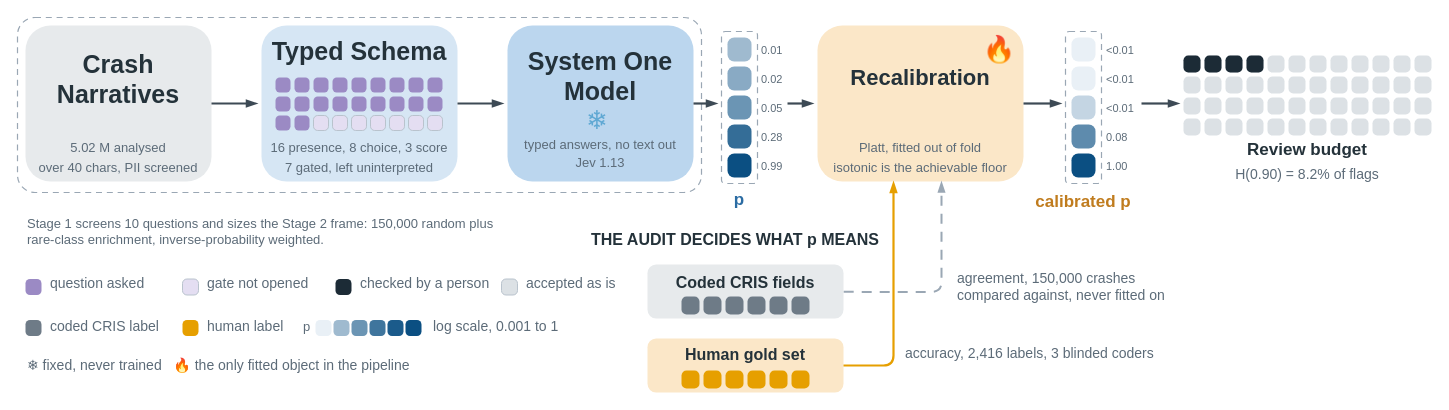
The draw.io diagram outputs/figures/F1_framework.drawio in pozapas/jev-calibrated-narrative-coding, before the edit. Source tidied: cells renumbered, new cells numbered last; positions are measured from the earlier drawing's top-left corner, leaving out a move shared by most shapes. Both pictures are drawn from the tidied source at 100%, with x=0, y=0 at pixel (17, 17).
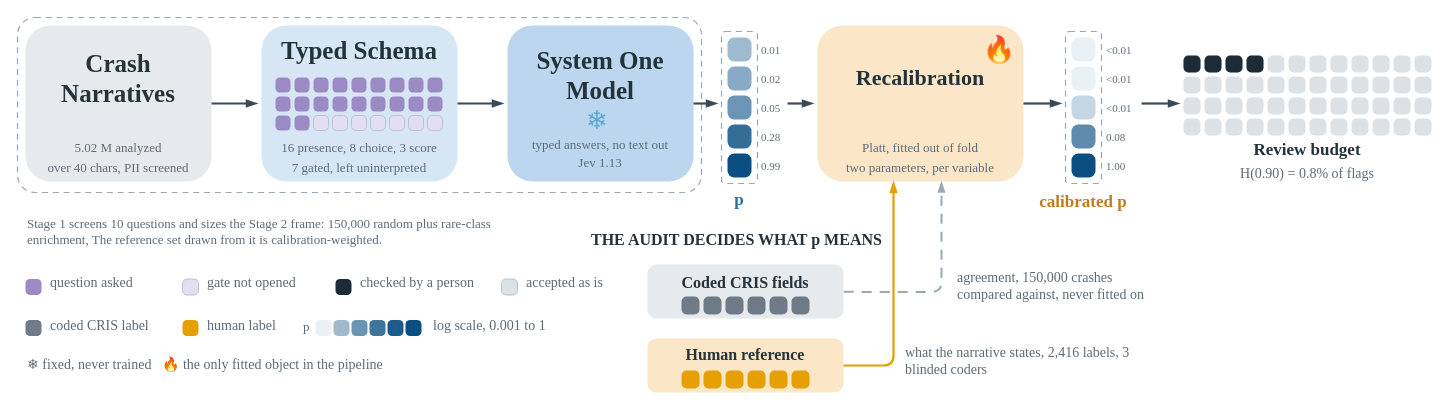
Above is the later version.

The edit, as a diff of the source:
```diff
@@
-    <mxCell id="4" value="Crash Narratives" style="text;html=1;align=center;verticalAlign=middle;whiteSpace=wrap;fontSize=25;fontFamily=Helvetica;fontColor=#24323A;fontStyle=1;" parent="1" vertex="1">
+    <mxCell id="4" value="Crash Narratives" style="text;html=1;align=center;verticalAlign=middle;whiteSpace=wrap;fontSize=25;fontFamily=Times New Roman;fontColor=#24323A;fontStyle=1;" parent="1" vertex="1">
       <mxGeometry x="8" y="8" width="186" height="106" as="geometry" />
     </mxCell>
-    <mxCell id="5" value="5.02 M analysed" style="text;html=1;align=center;verticalAlign=top;whiteSpace=wrap;fontSize=13;fontFamily=Helvetica;fontColor=#5C6B78;" parent="1" vertex="1">
+    <mxCell id="5" value="5.02 M analyzed" style="text;html=1;align=center;verticalAlign=top;whiteSpace=wrap;fontSize=13;fontFamily=Times New Roman;fontColor=#5C6B78;" parent="1" vertex="1">
       <mxGeometry x="12" y="116" width="178" height="20" as="geometry" />
     </mxCell>
-    <mxCell id="6" value="over 40 chars, PII screened" style="text;html=1;align=center;verticalAlign=top;whiteSpace=wrap;fontSize=13;fontFamily=Helvetica;fontColor=#5C6B78;" parent="1" vertex="1">
+    <mxCell id="6" value="over 40 chars, PII screened" style="text;html=1;align=center;verticalAlign=top;whiteSpace=wrap;fontSize=13;fontFamily=Times New Roman;fontColor=#5C6B78;" parent="1" vertex="1">
       <mxGeometry x="12" y="136" width="178" height="20" as="geometry" />
     </mxCell>
@@
-    <mxCell id="8" value="Typed Schema" style="text;html=1;align=center;verticalAlign=middle;whiteSpace=wrap;fontSize=25;fontFamily=Helvetica;fontColor=#24323A;fontStyle=1;" parent="1" vertex="1">
+    <mxCell id="8" value="Typed Schema" style="text;html=1;align=center;verticalAlign=middle;whiteSpace=wrap;fontSize=25;fontFamily=Times New Roman;fontColor=#24323A;fontStyle=1;" parent="1" vertex="1">
       <mxGeometry x="244" y="12" width="196" height="42" as="geometry" />
     </mxCell>
-    <mxCell id="9" value="16 presence, 8 choice, 3 score" style="text;html=1;align=center;verticalAlign=top;whiteSpace=wrap;fontSize=13;fontFamily=Helvetica;fontColor=#5C6B78;" parent="1" vertex="1">
+    <mxCell id="9" value="16 presence, 8 choice, 3 score" style="text;html=1;align=center;verticalAlign=top;whiteSpace=wrap;fontSize=13;fontFamily=Times New Roman;fontColor=#5C6B78;" parent="1" vertex="1">
       <mxGeometry x="248" y="116" width="188" height="20" as="geometry" />
     </mxCell>
-    <mxCell id="10" value="7 gated, left uninterpreted" style="text;html=1;align=center;verticalAlign=top;whiteSpace=wrap;fontSize=13;fontFamily=Helvetica;fontColor=#5C6B78;" parent="1" vertex="1">
+    <mxCell id="10" value="7 gated, left uninterpreted" style="text;html=1;align=center;verticalAlign=top;whiteSpace=wrap;fontSize=13;fontFamily=Times New Roman;fontColor=#5C6B78;" parent="1" vertex="1">
       <mxGeometry x="248" y="136" width="188" height="20" as="geometry" />
     </mxCell>
@@
-    <mxCell id="12" value="System One&lt;br&gt;Model" style="text;html=1;align=center;verticalAlign=middle;whiteSpace=wrap;fontSize=25;fontFamily=Helvetica;fontColor=#24323A;fontStyle=1;" parent="1" vertex="1">
+    <mxCell id="12" value="System One&lt;br&gt;Model" style="text;html=1;align=center;verticalAlign=middle;whiteSpace=wrap;fontSize=25;fontFamily=Times New Roman;fontColor=#24323A;fontStyle=1;" parent="1" vertex="1">
       <mxGeometry x="490" y="8" width="186" height="99" as="geometry" />
     </mxCell>
-    <mxCell id="13" value="typed answers, no text out" style="text;html=1;align=center;verticalAlign=top;whiteSpace=wrap;fontSize=13;fontFamily=Helvetica;fontColor=#5C6B78;" parent="1" vertex="1">
+    <mxCell id="13" value="typed answers, no text out" style="text;html=1;align=center;verticalAlign=top;whiteSpace=wrap;fontSize=13;fontFamily=Times New Roman;fontColor=#5C6B78;" parent="1" vertex="1">
       <mxGeometry x="494" y="113" width="178" height="20" as="geometry" />
     </mxCell>
-    <mxCell id="14" value="Jev 1.13" style="text;html=1;align=center;verticalAlign=top;whiteSpace=wrap;fontSize=13;fontFamily=Helvetica;fontColor=#5C6B78;" parent="1" vertex="1">
+    <mxCell id="14" value="Jev 1.13" style="text;html=1;align=center;verticalAlign=top;whiteSpace=wrap;fontSize=13;fontFamily=Times New Roman;fontColor=#5C6B78;" parent="1" vertex="1">
       <mxGeometry x="494" y="131" width="178" height="20" as="geometry" />
     </mxCell>
@@
-    <mxCell id="20" value="0.01" style="text;html=1;align=left;verticalAlign=top;whiteSpace=wrap;fontSize=11;fontFamily=Helvetica;fontColor=#5C6B78;fontStyle=0;" parent="1" vertex="1">
+    <mxCell id="20" value="0.01" style="text;html=1;align=left;verticalAlign=top;whiteSpace=wrap;fontSize=11;fontFamily=Times New Roman;fontColor=#5C6B78;fontStyle=0;" parent="1" vertex="1">
       <mxGeometry x="742" y="20" width="46" height="20" as="geometry" />
     </mxCell>
-    <mxCell id="21" value="0.02" style="text;html=1;align=left;verticalAlign=top;whiteSpace=wrap;fontSize=11;fontFamily=Helvetica;fontColor=#5C6B78;fontStyle=0;" parent="1" vertex="1">
+    <mxCell id="21" value="0.02" style="text;html=1;align=left;verticalAlign=top;whiteSpace=wrap;fontSize=11;fontFamily=Times New Roman;fontColor=#5C6B78;fontStyle=0;" parent="1" vertex="1">
       <mxGeometry x="742" y="49" width="46" height="20" as="geometry" />
     </mxCell>
-    <mxCell id="22" value="0.05" style="text;html=1;align=left;verticalAlign=top;whiteSpace=wrap;fontSize=11;fontFamily=Helvetica;fontColor=#5C6B78;fontStyle=0;" parent="1" vertex="1">
+    <mxCell id="22" value="0.05" style="text;html=1;align=left;verticalAlign=top;whiteSpace=wrap;fontSize=11;fontFamily=Times New Roman;fontColor=#5C6B78;fontStyle=0;" parent="1" vertex="1">
       <mxGeometry x="742" y="78" width="46" height="20" as="geometry" />
     </mxCell>
-    <mxCell id="23" value="0.28" style="text;html=1;align=left;verticalAlign=top;whiteSpace=wrap;fontSize=11;fontFamily=Helvetica;fontColor=#5C6B78;fontStyle=0;" parent="1" vertex="1">
+    <mxCell id="23" value="0.28" style="text;html=1;align=left;verticalAlign=top;whiteSpace=wrap;fontSize=11;fontFamily=Times New Roman;fontColor=#5C6B78;fontStyle=0;" parent="1" vertex="1">
       <mxGeometry x="742" y="107" width="46" height="20" as="geometry" />
     </mxCell>
-    <mxCell id="24" value="0.99" style="text;html=1;align=left;verticalAlign=top;whiteSpace=wrap;fontSize=11;fontFamily=Helvetica;fontColor=#5C6B78;fontStyle=0;" parent="1" vertex="1">
+    <mxCell id="24" value="0.99" style="text;html=1;align=left;verticalAlign=top;whiteSpace=wrap;fontSize=11;fontFamily=Times New Roman;fontColor=#5C6B78;fontStyle=0;" parent="1" vertex="1">
       <mxGeometry x="742" y="136" width="46" height="20" as="geometry" />
     </mxCell>
@@
-    <mxCell id="26" value="p" style="text;html=1;align=center;verticalAlign=top;whiteSpace=wrap;fontSize=17;fontFamily=Helvetica;fontColor=#2B6CA3;fontStyle=1;" parent="1" vertex="1">
+    <mxCell id="26" value="p" style="text;html=1;align=center;verticalAlign=top;whiteSpace=wrap;fontSize=17;fontFamily=Times New Roman;fontColor=#2B6CA3;fontStyle=1;" parent="1" vertex="1">
       <mxGeometry x="704" y="166" width="36" height="41" as="geometry" />
     </mxCell>
@@
-    <mxCell id="28" value="Recalibration" style="text;html=1;align=center;verticalAlign=middle;whiteSpace=wrap;fontSize=22;fontFamily=Helvetica;fontColor=#24323A;fontStyle=1;" parent="1" vertex="1">
+    <mxCell id="28" value="Recalibration" style="text;html=1;align=center;verticalAlign=middle;whiteSpace=wrap;fontSize=22;fontFamily=Times New Roman;fontColor=#24323A;fontStyle=1;" parent="1" vertex="1">
       <mxGeometry x="800" y="8" width="206" height="106" as="geometry" />
     </mxCell>
-    <mxCell id="29" value="Platt, fitted out of fold" style="text;html=1;align=center;verticalAlign=top;whiteSpace=wrap;fontSize=13;fontFamily=Helvetica;fontColor=#5C6B78;" parent="1" vertex="1">
+    <mxCell id="29" value="Platt, fitted out of fold" style="text;html=1;align=center;verticalAlign=top;whiteSpace=wrap;fontSize=13;fontFamily=Times New Roman;fontColor=#5C6B78;" parent="1" vertex="1">
       <mxGeometry x="804" y="116" width="198" height="20" as="geometry" />
     </mxCell>
-    <mxCell id="30" value="isotonic is the achievable floor" style="text;html=1;align=center;verticalAlign=top;whiteSpace=wrap;fontSize=13;fontFamily=Helvetica;fontColor=#5C6B78;" parent="1" vertex="1">
+    <mxCell id="30" value="two parameters, per variable" style="text;html=1;align=center;verticalAlign=top;whiteSpace=wrap;fontSize=13;fontFamily=Times New Roman;fontColor=#5C6B78;" parent="1" vertex="1">
       <mxGeometry x="804" y="136" width="198" height="20" as="geometry" />
     </mxCell>
@@
-    <mxCell id="36" value="&amp;lt;0.01" style="text;html=1;align=left;verticalAlign=top;whiteSpace=wrap;fontSize=11;fontFamily=Helvetica;fontColor=#5C6B78;fontStyle=0;" parent="1" vertex="1">
+    <mxCell id="36" value="&amp;lt;0.01" style="text;html=1;align=left;verticalAlign=top;whiteSpace=wrap;fontSize=11;fontFamily=Times New Roman;fontColor=#5C6B78;fontStyle=0;" parent="1" vertex="1">
       <mxGeometry x="1087" y="20" width="46" height="20" as="geometry" />
     </mxCell>
-    <mxCell id="37" value="&amp;lt;0.01" style="text;html=1;align=left;verticalAlign=top;whiteSpace=wrap;fontSize=11;fontFamily=Helvetica;fontColor=#5C6B78;fontStyle=0;" parent="1" vertex="1">
+    <mxCell id="37" value="&amp;lt;0.01" style="text;html=1;align=left;verticalAlign=top;whiteSpace=wrap;fontSize=11;fontFamily=Times New Roman;fontColor=#5C6B78;fontStyle=0;" parent="1" vertex="1">
       <mxGeometry x="1087" y="49" width="46" height="20" as="geometry" />
     </mxCell>
-    <mxCell id="38" value="&amp;lt;0.01" style="text;html=1;align=left;verticalAlign=top;whiteSpace=wrap;fontSize=11;fontFamily=Helvetica;fontColor=#5C6B78;fontStyle=0;" parent="1" vertex="1">
+    <mxCell id="38" value="&amp;lt;0.01" style="text;html=1;align=left;verticalAlign=top;whiteSpace=wrap;fontSize=11;fontFamily=Times New Roman;fontColor=#5C6B78;fontStyle=0;" parent="1" vertex="1">
       <mxGeometry x="1087" y="78" width="46" height="20" as="geometry" />
     </mxCell>
-    <mxCell id="39" value="0.08" style="text;html=1;align=left;verticalAlign=top;whiteSpace=wrap;fontSize=11;fontFamily=Helvetica;fontColor=#5C6B78;fontStyle=0;" parent="1" vertex="1">
+    <mxCell id="39" value="0.08" style="text;html=1;align=left;verticalAlign=top;whiteSpace=wrap;fontSize=11;fontFamily=Times New Roman;fontColor=#5C6B78;fontStyle=0;" parent="1" vertex="1">
       <mxGeometry x="1087" y="107" width="46" height="20" as="geometry" />
     </mxCell>
-    <mxCell id="40" value="1.00" style="text;html=1;align=left;verticalAlign=top;whiteSpace=wrap;fontSize=11;fontFamily=Helvetica;fontColor=#5C6B78;fontStyle=0;" parent="1" vertex="1">
+    <mxCell id="40" value="1.00" style="text;html=1;align=left;verticalAlign=top;whiteSpace=wrap;fontSize=11;fontFamily=Times New Roman;fontColor=#5C6B78;fontStyle=0;" parent="1" vertex="1">
       <mxGeometry x="1087" y="136" width="46" height="20" as="geometry" />
     </mxCell>
@@
-    <mxCell id="42" value="calibrated p" style="text;html=1;align=center;verticalAlign=top;whiteSpace=wrap;fontSize=17;fontFamily=Helvetica;fontColor=#C07C1E;fontStyle=1;" parent="1" vertex="1">
+    <mxCell id="42" value="calibrated p" style="text;html=1;align=center;verticalAlign=top;whiteSpace=wrap;fontSize=17;fontFamily=Times New Roman;fontColor=#C07C1E;fontStyle=1;" parent="1" vertex="1">
       <mxGeometry x="1006" y="168" width="120" height="41" as="geometry" />
     </mxCell>
@@
-    <mxCell id="95" value="Review budget" style="text;html=1;align=center;verticalAlign=top;whiteSpace=wrap;fontSize=17;fontFamily=Helvetica;fontColor=#24323A;fontStyle=1;" parent="1" vertex="1">
+    <mxCell id="95" value="Review budget" style="text;html=1;align=center;verticalAlign=top;whiteSpace=wrap;fontSize=17;fontFamily=Times New Roman;fontColor=#24323A;fontStyle=1;" parent="1" vertex="1">
       <mxGeometry x="1166" y="116" width="248" height="41" as="geometry" />
     </mxCell>
-    <mxCell id="96" value="H(0.90) = 8.2% of flags" style="text;html=1;align=center;verticalAlign=top;whiteSpace=wrap;fontSize=14;fontFamily=Helvetica;fontColor=#5C6B78;fontStyle=0;" parent="1" vertex="1">
+    <mxCell id="96" value="H(0.90) = 0.8% of flags" style="text;html=1;align=center;verticalAlign=top;whiteSpace=wrap;fontSize=14;fontFamily=Times New Roman;fontColor=#5C6B78;fontStyle=0;" parent="1" vertex="1">
       <mxGeometry x="1166" y="142" width="248" height="38" as="geometry" />
     </mxCell>
@@
-    <mxCell id="130" value="Stage 1 screens 10 questions and sizes the Stage 2 frame: 150,000 random plus rare-class enrichment, inverse-probability weighted." style="text;html=1;align=left;verticalAlign=top;whiteSpace=wrap;fontSize=13;fontFamily=Helvetica;fontColor=#5C6B78;fontStyle=0;" parent="1" vertex="1">
+    <mxCell id="130" value="Stage 1 screens 10 questions and sizes the Stage 2 frame: 150,000 random plus rare-class enrichment, The reference set drawn from it is calibration-weighted." style="text;html=1;align=left;verticalAlign=top;whiteSpace=wrap;fontSize=13;fontFamily=Times New Roman;fontColor=#5C6B78;fontStyle=0;" parent="1" vertex="1">
       <mxGeometry x="8" y="192" width="498" height="44" as="geometry" />
     </mxCell>
-    <mxCell id="131" value="THE AUDIT DECIDES WHAT p MEANS" style="text;html=1;align=left;verticalAlign=top;whiteSpace=wrap;fontSize=16;fontFamily=Helvetica;fontColor=#24323A;fontStyle=1;" parent="1" vertex="1">
+    <mxCell id="131" value="THE AUDIT DECIDES WHAT p MEANS" style="text;html=1;align=left;verticalAlign=top;whiteSpace=wrap;fontSize=16;fontFamily=Times New Roman;fontColor=#24323A;fontStyle=1;" parent="1" vertex="1">
       <mxGeometry x="571.5" y="206" width="301" height="40" as="geometry" />
     </mxCell>
@@
-    <mxCell id="133" value="Coded CRIS fields" style="text;html=1;align=center;verticalAlign=middle;whiteSpace=wrap;fontSize=16;fontFamily=Helvetica;fontColor=#24323A;fontStyle=1;" parent="1" vertex="1">
+    <mxCell id="133" value="Coded CRIS fields" style="text;html=1;align=center;verticalAlign=middle;whiteSpace=wrap;fontSize=16;fontFamily=Times New Roman;fontColor=#24323A;fontStyle=1;" parent="1" vertex="1">
       <mxGeometry x="630" y="247" width="196" height="35" as="geometry" />
     </mxCell>
@@
-    <mxCell id="140" value="agreement, 150,000 crashes&#10;compared against, never fitted on" style="text;html=1;align=left;verticalAlign=top;whiteSpace=wrap;fontSize=14;fontFamily=Helvetica;fontColor=#5C6B78;fontStyle=0;" parent="1" vertex="1">
+    <mxCell id="140" value="agreement, 150,000 crashes&#10;compared against, never fitted on" style="text;html=1;align=left;verticalAlign=top;whiteSpace=wrap;fontSize=14;fontFamily=Times New Roman;fontColor=#5C6B78;fontStyle=0;" parent="1" vertex="1">
       <mxGeometry x="938" y="246" width="268" height="44" as="geometry" />
     </mxCell>
@@
-    <mxCell id="142" value="Human gold set" style="text;html=1;align=center;verticalAlign=middle;whiteSpace=wrap;fontSize=16;fontFamily=Helvetica;fontColor=#24323A;fontStyle=1;" parent="1" vertex="1">
+    <mxCell id="142" value="Human reference" style="text;html=1;align=center;verticalAlign=middle;whiteSpace=wrap;fontSize=16;fontFamily=Times New Roman;fontColor=#24323A;fontStyle=1;" parent="1" vertex="1">
       <mxGeometry x="630" y="321" width="196" height="32" as="geometry" />
     </mxCell>
@@
-    <mxCell id="149" value="accuracy, 2,416 labels, 3 blinded coders" style="text;html=1;align=left;verticalAlign=top;whiteSpace=wrap;fontSize=14;fontFamily=Helvetica;fontColor=#5C6B78;fontStyle=0;" parent="1" vertex="1">
+    <mxCell id="149" value="what the narrative states, 2,416 labels, 3 blinded coders" style="text;html=1;align=left;verticalAlign=top;whiteSpace=wrap;fontSize=14;fontFamily=Times New Roman;fontColor=#5C6B78;fontStyle=0;" parent="1" vertex="1">
       <mxGeometry x="886" y="321" width="262" height="38" as="geometry" />
     </mxCell>
@@
-    <mxCell id="152" value="&amp;#10052;" style="text;html=1;align=center;verticalAlign=top;whiteSpace=wrap;fontSize=26;fontFamily=Helvetica;fontColor=#5FA8D3;fontStyle=0;" parent="1" vertex="1">
+    <mxCell id="152" value="&amp;#10052;" style="text;html=1;align=center;verticalAlign=top;whiteSpace=wrap;fontSize=26;fontFamily=Times New Roman;fontColor=#5FA8D3;fontStyle=0;" parent="1" vertex="1">
       <mxGeometry x="560" y="81" width="40" height="50" as="geometry" />
     </mxCell>
-    <mxCell id="153" value="&amp;#128293;" style="text;html=1;align=center;verticalAlign=top;whiteSpace=wrap;fontSize=26;fontFamily=Helvetica;fontColor=#E06C2A;fontStyle=0;" parent="1" vertex="1">
+    <mxCell id="153" value="&amp;#128293;" style="text;html=1;align=center;verticalAlign=top;whiteSpace=wrap;fontSize=26;fontFamily=Times New Roman;fontColor=#E06C2A;fontStyle=0;" parent="1" vertex="1">
       <mxGeometry x="962" y="10" width="40" height="50" as="geometry" />
     </mxCell>
@@
-    <mxCell id="155" value="question asked" style="text;html=1;align=left;verticalAlign=top;whiteSpace=wrap;fontSize=14;fontFamily=Helvetica;fontColor=#5C6B78;fontStyle=0;" parent="1" vertex="1">
+    <mxCell id="155" value="question asked" style="text;html=1;align=left;verticalAlign=top;whiteSpace=wrap;fontSize=14;fontFamily=Times New Roman;fontColor=#5C6B78;fontStyle=0;" parent="1" vertex="1">
       <mxGeometry x="31" y="250.5" width="200" height="38" as="geometry" />
     </mxCell>
@@
-    <mxCell id="157" value="gate not opened" style="text;html=1;align=left;verticalAlign=top;whiteSpace=wrap;fontSize=14;fontFamily=Helvetica;fontColor=#5C6B78;fontStyle=0;" parent="1" vertex="1">
+    <mxCell id="157" value="gate not opened" style="text;html=1;align=left;verticalAlign=top;whiteSpace=wrap;fontSize=14;fontFamily=Times New Roman;fontColor=#5C6B78;fontStyle=0;" parent="1" vertex="1">
       <mxGeometry x="188" y="250.5" width="200" height="38" as="geometry" />
     </mxCell>
@@
-    <mxCell id="159" value="coded CRIS label" style="text;html=1;align=left;verticalAlign=top;whiteSpace=wrap;fontSize=14;fontFamily=Helvetica;fontColor=#5C6B78;fontStyle=0;" parent="1" vertex="1">
+    <mxCell id="159" value="coded CRIS label" style="text;html=1;align=left;verticalAlign=top;whiteSpace=wrap;fontSize=14;fontFamily=Times New Roman;fontColor=#5C6B78;fontStyle=0;" parent="1" vertex="1">
       <mxGeometry x="31" y="294" width="200" height="38" as="geometry" />
     </mxCell>
@@
-    <mxCell id="161" value="human label" style="text;html=1;align=left;verticalAlign=top;whiteSpace=wrap;fontSize=14;fontFamily=Helvetica;fontColor=#5C6B78;fontStyle=0;" parent="1" vertex="1">
+    <mxCell id="161" value="human label" style="text;html=1;align=left;verticalAlign=top;whiteSpace=wrap;fontSize=14;fontFamily=Times New Roman;fontColor=#5C6B78;fontStyle=0;" parent="1" vertex="1">
       <mxGeometry x="188" y="294" width="200" height="38" as="geometry" />
     </mxCell>
@@
-    <mxCell id="163" value="checked by a person" style="text;html=1;align=left;verticalAlign=top;whiteSpace=wrap;fontSize=14;fontFamily=Helvetica;fontColor=#5C6B78;fontStyle=0;" parent="1" vertex="1">
+    <mxCell id="163" value="checked by a person" style="text;html=1;align=left;verticalAlign=top;whiteSpace=wrap;fontSize=14;fontFamily=Times New Roman;fontColor=#5C6B78;fontStyle=0;" parent="1" vertex="1">
       <mxGeometry x="341" y="250.5" width="140" height="38" as="geometry" />
     </mxCell>
@@
-    <mxCell id="165" value="accepted as is" style="text;html=1;align=left;verticalAlign=top;whiteSpace=wrap;fontSize=14;fontFamily=Helvetica;fontColor=#5C6B78;fontStyle=0;" parent="1" vertex="1">
+    <mxCell id="165" value="accepted as is" style="text;html=1;align=left;verticalAlign=top;whiteSpace=wrap;fontSize=14;fontFamily=Times New Roman;fontColor=#5C6B78;fontStyle=0;" parent="1" vertex="1">
       <mxGeometry x="507" y="250.5" width="130" height="38" as="geometry" />
     </mxCell>
@@
-    <mxCell id="172" value="p" style="text;html=1;align=left;verticalAlign=top;whiteSpace=wrap;fontSize=13;fontFamily=Helvetica;fontColor=#5C6B78;fontStyle=0;" parent="1" vertex="1">
+    <mxCell id="172" value="p" style="text;html=1;align=left;verticalAlign=top;whiteSpace=wrap;fontSize=13;fontFamily=Times New Roman;fontColor=#5C6B78;fontStyle=0;" parent="1" vertex="1">
       <mxGeometry x="284" y="294.5" width="16" height="37" as="geometry" />
     </mxCell>
-    <mxCell id="173" value="log scale, 0.001 to 1" style="text;html=1;align=left;verticalAlign=top;whiteSpace=wrap;fontSize=14;fontFamily=Helvetica;fontColor=#5C6B78;fontStyle=0;" parent="1" vertex="1">
+    <mxCell id="173" value="log scale, 0.001 to 1" style="text;html=1;align=left;verticalAlign=top;whiteSpace=wrap;fontSize=14;fontFamily=Times New Roman;fontColor=#5C6B78;fontStyle=0;" parent="1" vertex="1">
       <mxGeometry x="414" y="294" width="220" height="38" as="geometry" />
     </mxCell>
-    <mxCell id="174" value="&amp;#10052; fixed, never trained&amp;#160;&amp;#160;&amp;#160;&amp;#128293; the only fitted object in the pipeline" style="text;html=1;align=left;verticalAlign=top;whiteSpace=wrap;fontSize=14;fontFamily=Helvetica;fontColor=#5C6B78;fontStyle=0;" parent="1" vertex="1">
+    <mxCell id="174" value="&amp;#10052; fixed, never trained&amp;#160;&amp;#160;&amp;#160;&amp;#128293; the only fitted object in the pipeline" style="text;html=1;align=left;verticalAlign=top;whiteSpace=wrap;fontSize=14;fontFamily=Times New Roman;fontColor=#5C6B78;fontStyle=0;" parent="1" vertex="1">
       <mxGeometry x="8" y="333" width="640" height="38" as="geometry" />
     </mxCell>
```
